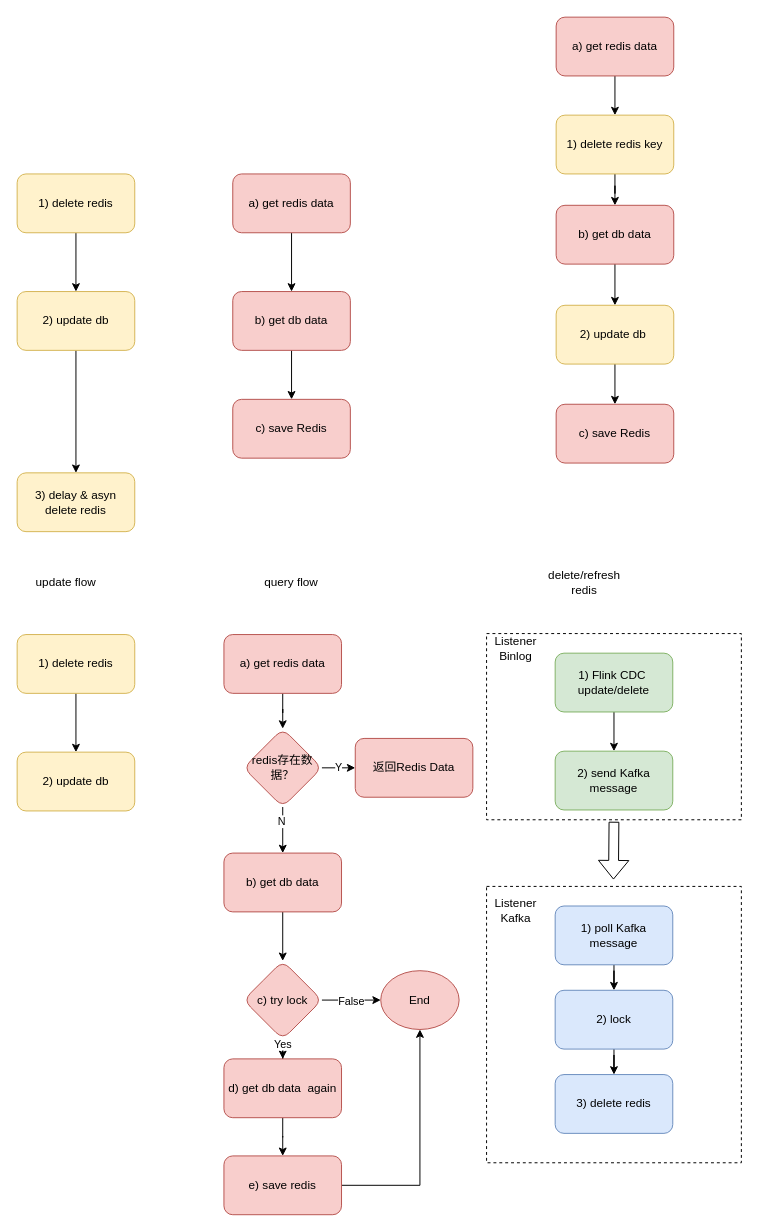
Earlier version of the draw.io diagram db&redis_consistency.drawio (qiufang1314/drawio). Source tidied: cells renumbered, new cells numbered last; positions are measured from the earlier drawing's top-left corner, leaving out a move shared by most shapes. Both pictures are drawn from the tidied source at 98%, with x=0, y=0 at pixel (17, 17).
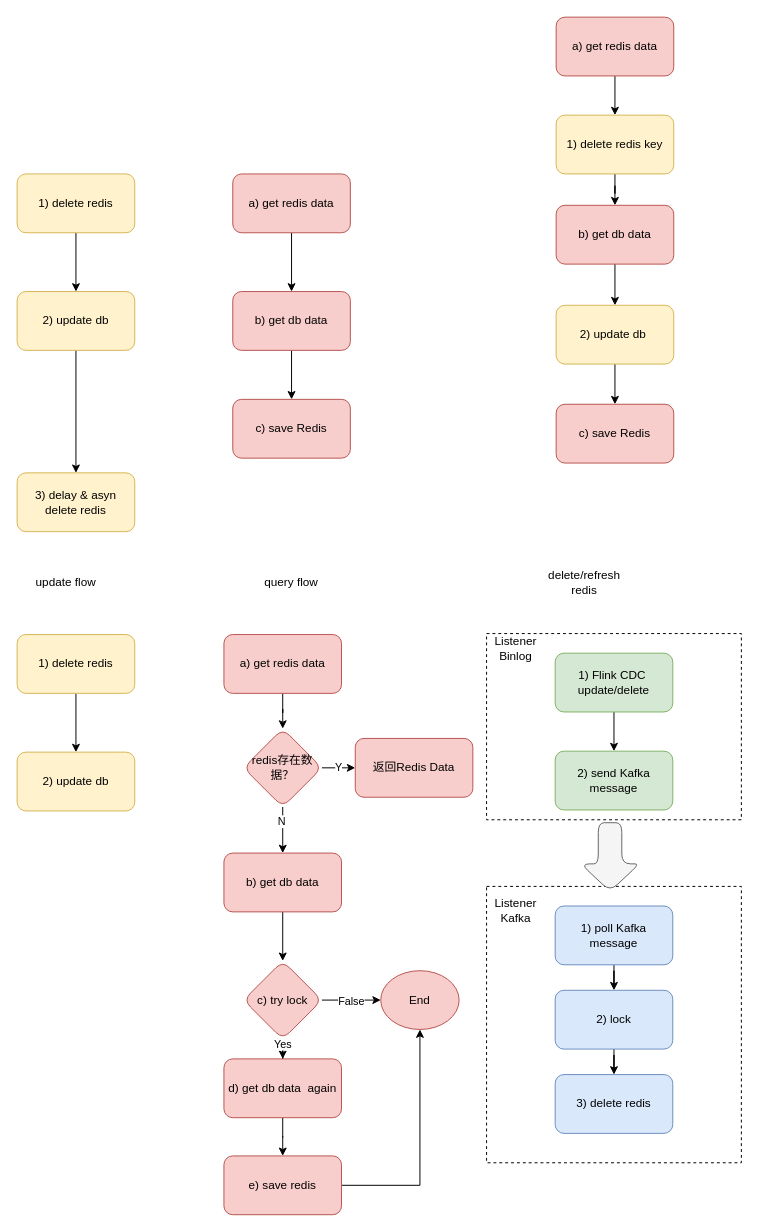
Above is the later version.

What changed in the source:
```diff
@@
-    <mxCell id="49" style="shape=flexArrow;endArrow=classic;html=1;rounded=0;" parent="1" edge="1">
-      <mxGeometry relative="1" as="geometry">
-        <mxPoint x="609" y="821" as="sourcePoint" />
-        <mxPoint x="608.5" y="880" as="targetPoint" />
-      </mxGeometry>
-    </mxCell>
@@
+    <mxCell id="59" style="shape=singleArrow;whiteSpace=wrap;html=1;arrowWidth=0.4;arrowSize=0.4;fillColor=#f5f5f5;strokeColor=#666666;rounded=1;rotation=90;fontColor=#333333;" parent="1" vertex="1">
+      <mxGeometry x="570" y="827" width="70" height="60" as="geometry" />
+    </mxCell>
```
